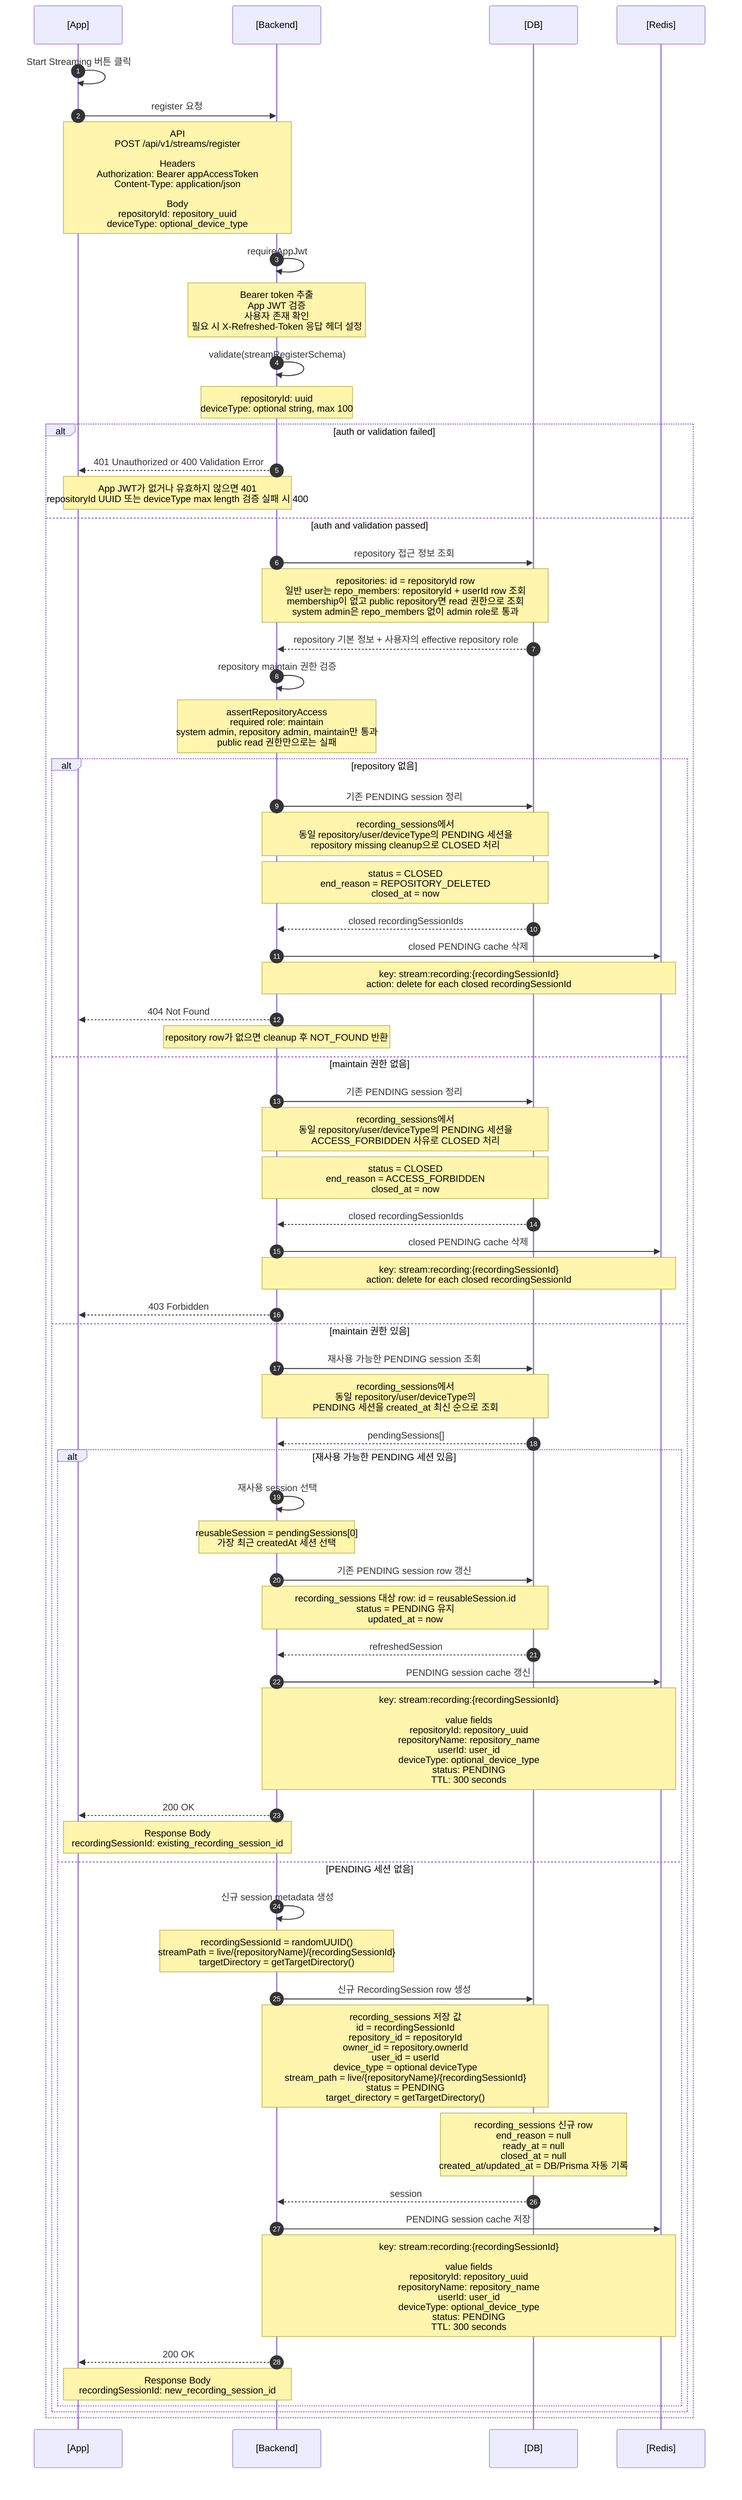
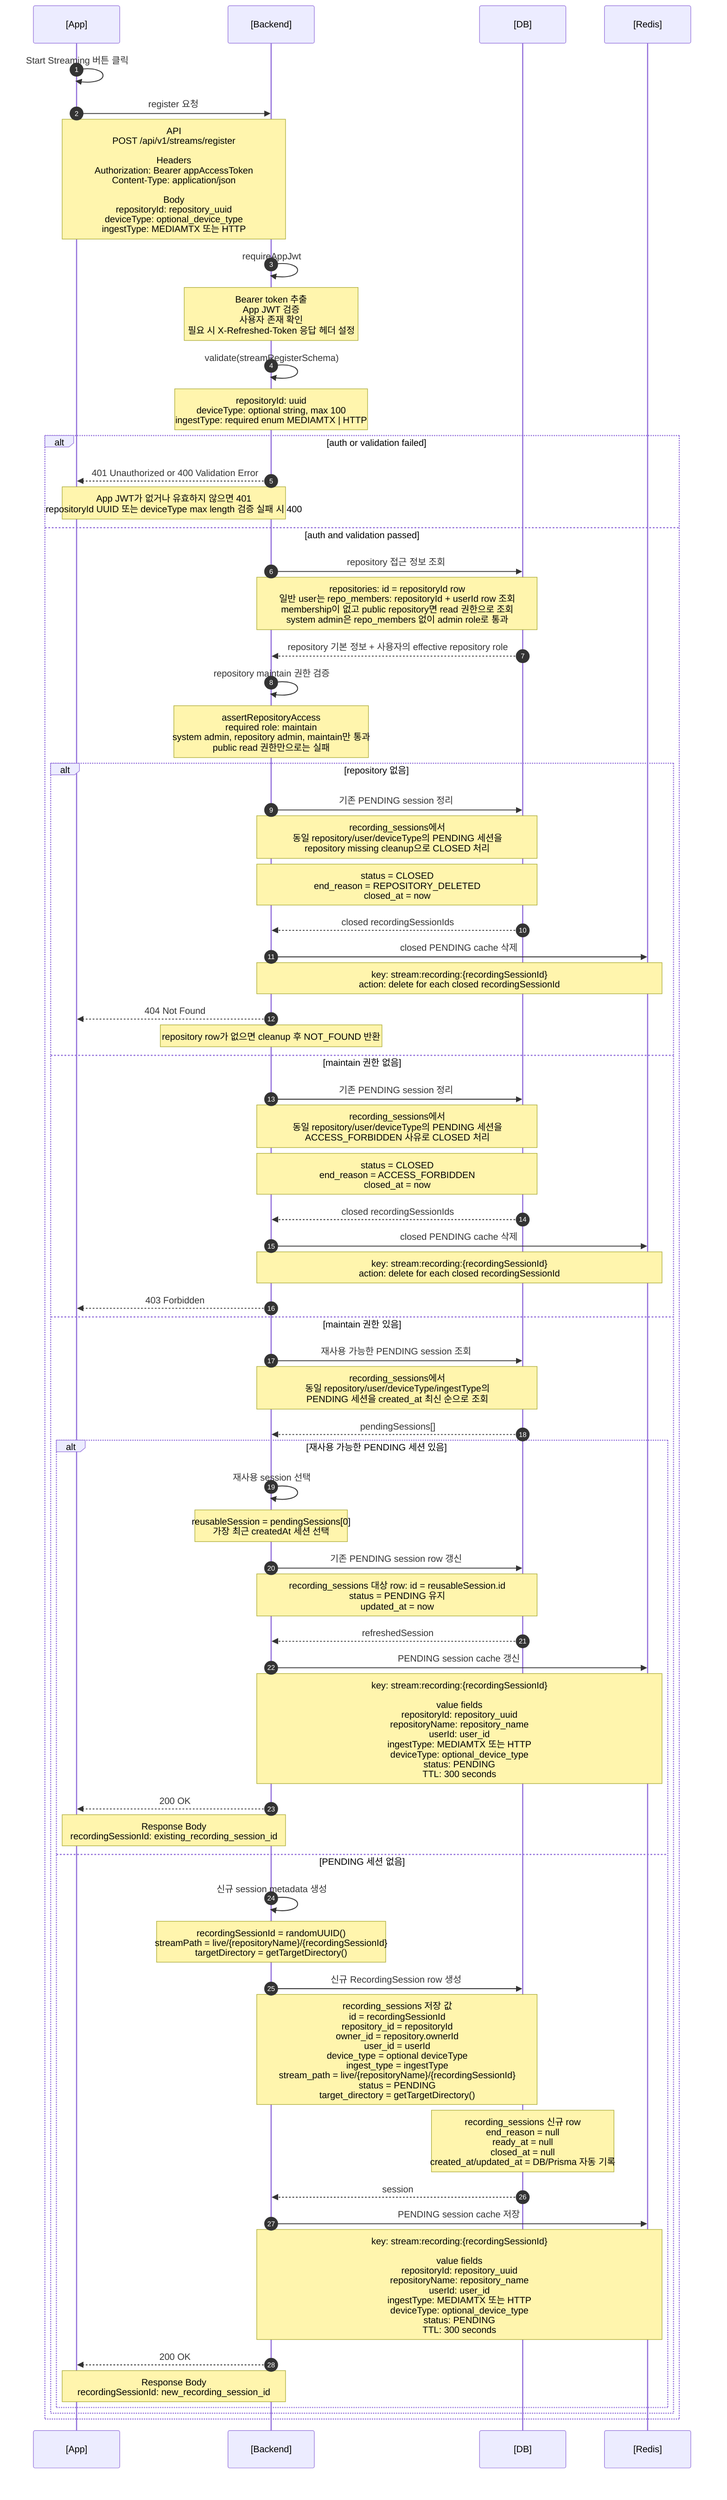
sequenceDiagram
  autonumber
  participant App as [App]
  participant Backend as [Backend]
  participant DB as [DB]
  participant Redis as [Redis]

  App->>App: Start Streaming 버튼 클릭
  App->>Backend: register 요청
-   Note over App,Backend: API<br/>POST /api/v1/streams/register<br/><br/>Headers<br/>Authorization: Bearer appAccessToken<br/>Content-Type: application/json<br/><br/>Body<br/>repositoryId: repository_uuid<br/>deviceType: optional_device_type
+   Note over App,Backend: API<br/>POST /api/v1/streams/register<br/><br/>Headers<br/>Authorization: Bearer appAccessToken<br/>Content-Type: application/json<br/><br/>Body<br/>repositoryId: repository_uuid<br/>deviceType: optional_device_type<br/>ingestType: MEDIAMTX 또는 HTTP

  Backend->>Backend: requireAppJwt
  Note over Backend: Bearer token 추출<br/>App JWT 검증<br/>사용자 존재 확인<br/>필요 시 X-Refreshed-Token 응답 헤더 설정
  Backend->>Backend: validate(streamRegisterSchema)
-   Note over Backend: repositoryId: uuid<br/>deviceType: optional string, max 100
+   Note over Backend: repositoryId: uuid<br/>deviceType: optional string, max 100<br/>ingestType: required enum MEDIAMTX | HTTP

  alt auth or validation failed
    Backend-->>App: 401 Unauthorized or 400 Validation Error
    Note over Backend,App: App JWT가 없거나 유효하지 않으면 401<br/>repositoryId UUID 또는 deviceType max length 검증 실패 시 400
  else auth and validation passed
  Backend->>DB: repository 접근 정보 조회
  Note over Backend,DB: repositories: id = repositoryId row<br/>일반 user는 repo_members: repositoryId + userId row 조회<br/>membership이 없고 public repository면 read 권한으로 조회<br/>system admin은 repo_members 없이 admin role로 통과
  DB-->>Backend: repository 기본 정보 + 사용자의 effective repository role
  Backend->>Backend: repository maintain 권한 검증
  Note over Backend: assertRepositoryAccess<br/>required role: maintain<br/>system admin, repository admin, maintain만 통과<br/>public read 권한만으로는 실패

  alt repository 없음
    Backend->>DB: 기존 PENDING session 정리
    Note over Backend,DB: recording_sessions에서<br/>동일 repository/user/deviceType의 PENDING 세션을<br/>repository missing cleanup으로 CLOSED 처리
    Note over Backend,DB: status = CLOSED<br/>end_reason = REPOSITORY_DELETED<br/>closed_at = now
    DB-->>Backend: closed recordingSessionIds
    Backend->>Redis: closed PENDING cache 삭제
    Note over Backend,Redis: key: stream:recording:{recordingSessionId}<br/>action: delete for each closed recordingSessionId
    Backend-->>App: 404 Not Found
    Note over Backend: repository row가 없으면 cleanup 후 NOT_FOUND 반환
  else maintain 권한 없음
    Backend->>DB: 기존 PENDING session 정리
    Note over Backend,DB: recording_sessions에서<br/>동일 repository/user/deviceType의 PENDING 세션을<br/>ACCESS_FORBIDDEN 사유로 CLOSED 처리
    Note over Backend,DB: status = CLOSED<br/>end_reason = ACCESS_FORBIDDEN<br/>closed_at = now
    DB-->>Backend: closed recordingSessionIds
    Backend->>Redis: closed PENDING cache 삭제
    Note over Backend,Redis: key: stream:recording:{recordingSessionId}<br/>action: delete for each closed recordingSessionId
    Backend-->>App: 403 Forbidden
  else maintain 권한 있음
    Backend->>DB: 재사용 가능한 PENDING session 조회
-     Note over Backend,DB: recording_sessions에서<br/>동일 repository/user/deviceType의<br/>PENDING 세션을 created_at 최신 순으로 조회
+     Note over Backend,DB: recording_sessions에서<br/>동일 repository/user/deviceType/ingestType의<br/>PENDING 세션을 created_at 최신 순으로 조회
    DB-->>Backend: pendingSessions[]

    alt 재사용 가능한 PENDING 세션 있음
      Backend->>Backend: 재사용 session 선택
      Note over Backend: reusableSession = pendingSessions[0]<br/>가장 최근 createdAt 세션 선택
      Backend->>DB: 기존 PENDING session row 갱신
      Note over Backend,DB: recording_sessions 대상 row: id = reusableSession.id<br/>status = PENDING 유지<br/>updated_at = now
      DB-->>Backend: refreshedSession
      Backend->>Redis: PENDING session cache 갱신
-       Note over Backend,Redis: key: stream:recording:{recordingSessionId}<br/><br/>value fields<br/>repositoryId: repository_uuid<br/>repositoryName: repository_name<br/>userId: user_id<br/>deviceType: optional_device_type<br/>status: PENDING<br/>TTL: 300 seconds
+       Note over Backend,Redis: key: stream:recording:{recordingSessionId}<br/><br/>value fields<br/>repositoryId: repository_uuid<br/>repositoryName: repository_name<br/>userId: user_id<br/>ingestType: MEDIAMTX 또는 HTTP<br/>deviceType: optional_device_type<br/>status: PENDING<br/>TTL: 300 seconds
      Backend-->>App: 200 OK
      Note over App,Backend: Response Body<br/>recordingSessionId: existing_recording_session_id
    else PENDING 세션 없음
      Backend->>Backend: 신규 session metadata 생성
      Note over Backend: recordingSessionId = randomUUID()<br/>streamPath = live/{repositoryName}/{recordingSessionId}<br/>targetDirectory = getTargetDirectory()
      Backend->>DB: 신규 RecordingSession row 생성
-       Note over Backend,DB: recording_sessions 저장 값<br/>id = recordingSessionId<br/>repository_id = repositoryId<br/>owner_id = repository.ownerId<br/>user_id = userId<br/>device_type = optional deviceType<br/>stream_path = live/{repositoryName}/{recordingSessionId}<br/>status = PENDING<br/>target_directory = getTargetDirectory()
+       Note over Backend,DB: recording_sessions 저장 값<br/>id = recordingSessionId<br/>repository_id = repositoryId<br/>owner_id = repository.ownerId<br/>user_id = userId<br/>device_type = optional deviceType<br/>ingest_type = ingestType<br/>stream_path = live/{repositoryName}/{recordingSessionId}<br/>status = PENDING<br/>target_directory = getTargetDirectory()
      Note over DB: recording_sessions 신규 row<br/>end_reason = null<br/>ready_at = null<br/>closed_at = null<br/>created_at/updated_at = DB/Prisma 자동 기록
      DB-->>Backend: session
      Backend->>Redis: PENDING session cache 저장
-       Note over Backend,Redis: key: stream:recording:{recordingSessionId}<br/><br/>value fields<br/>repositoryId: repository_uuid<br/>repositoryName: repository_name<br/>userId: user_id<br/>deviceType: optional_device_type<br/>status: PENDING<br/>TTL: 300 seconds
+       Note over Backend,Redis: key: stream:recording:{recordingSessionId}<br/><br/>value fields<br/>repositoryId: repository_uuid<br/>repositoryName: repository_name<br/>userId: user_id<br/>ingestType: MEDIAMTX 또는 HTTP<br/>deviceType: optional_device_type<br/>status: PENDING<br/>TTL: 300 seconds
      Backend-->>App: 200 OK
      Note over App,Backend: Response Body<br/>recordingSessionId: new_recording_session_id
    end
  end
  end

%% 참고:
%% register response는 recordingSessionId만 반환한다.
+ %% register request의 ingestType은 필수다. 서버가 default ingest type을 추론하지 않는다.
%% register는 publish ticket, RTMP URL, stream_path, stream:active:sessions active set을 만들지 않는다.
%% PENDING session을 별도로 CLOSED 정리하는 background reconcile loop는 없다.
%% PENDING Redis cache TTL은 300초이며, publish-ticket은 이 cache가 남아 있는 PENDING session만 허용한다.
- %% Redis cache가 만료된 old PENDING DB row는 다음 register에서 재사용되면 cache가 다시 갱신된다.
+ %% Redis cache가 만료된 old PENDING DB row는 같은 repository/user/deviceType/ingestType register에서 재사용되면 cache가 다시 갱신된다.
%% Access failure cleanup은 repository가 삭제되어 NOT_FOUND가 발생했거나,
%% repository는 존재하지만 현재 사용자가 maintain 권한을 잃어 FORBIDDEN이 발생한 경우에 수행된다.
%% NOT_FOUND cleanup은 end_reason=REPOSITORY_DELETED, FORBIDDEN cleanup은 end_reason=ACCESS_FORBIDDEN으로 기록한다.
%% repository missing cleanup은 이미 삭제된 repository를 가리키는 PENDING session이 DB에 영구히 남지 않도록 정리한다.
%% 다음 단계는 App이 반환받은 recordingSessionId로 POST /api/v1/streams/{recordingSessionId}/publish-ticket을 호출하는 흐름이다.
